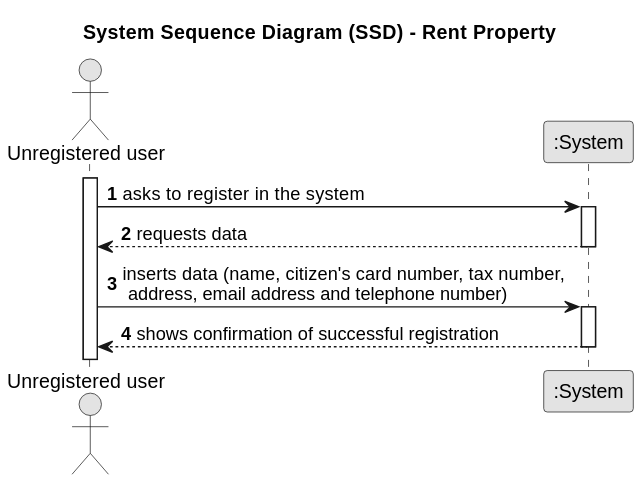
Above: docs/sprintB/us007/01.requirements-engineering/svg/us007-System_Sequence_Diagram__SSD_.svg in 1220812/LAPR2 (PlantUML), before the change. Its diagram source:
```plantuml
@startuml
skinparam monochrome true
skinparam packageStyle rectangle
skinparam shadowing false

title System Sequence Diagram (SSD) - Rent Property

autonumber

actor "Unregistered user" as unregisteredUser
participant ":System" as System
activate unregisteredUser

    unregisteredUser -> System : asks to register in the system
    activate System

        System --> unregisteredUser : requests data
    deactivate System

    unregisteredUser -> System : inserts data (name, citizen's card number, tax number,\n address, email address and telephone number)
    activate System

        System --> unregisteredUser : shows confirmation of successful registration
    deactivate System
@enduml
```
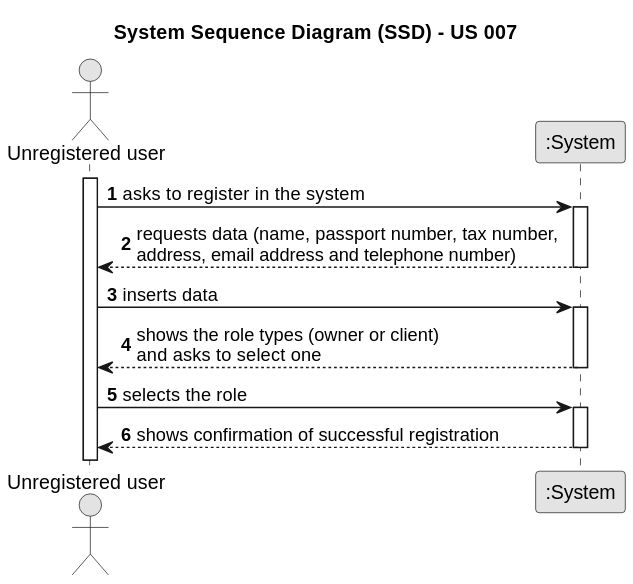
The same diagram one commit later.

What changed in the source:
```diff
@@ -3,7 +3,7 @@
 skinparam packageStyle rectangle
 skinparam shadowing false
 
-title System Sequence Diagram (SSD) - Rent Property
+title System Sequence Diagram (SSD) - US 007
 
 autonumber
 
@@ -14,12 +14,18 @@
     unregisteredUser -> System : asks to register in the system
     activate System
 
-        System --> unregisteredUser : requests data
+        System --> unregisteredUser : requests data (name, passport number, tax number, \naddress, email address and telephone number)
     deactivate System
 
-    unregisteredUser -> System : inserts data (name, citizen's card number, tax number,\n address, email address and telephone number)
+    unregisteredUser -> System : inserts data
     activate System
 
-        System --> unregisteredUser : shows confirmation of successful registration
+        System --> unregisteredUser : shows the role types (owner or client) \nand asks to select one
+    deactivate System
+
+    unregisteredUser -> System : selects the role
+    activate System
+
+    System --> unregisteredUser : shows confirmation of successful registration
     deactivate System
 @enduml
```
